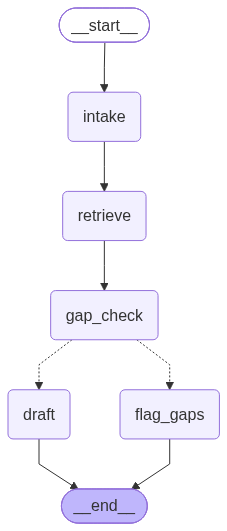
The Mermaid diagram spike/graph.png in delos001/candidacy, before a commit. Its source is kept beside it as spike/graph.mmd.
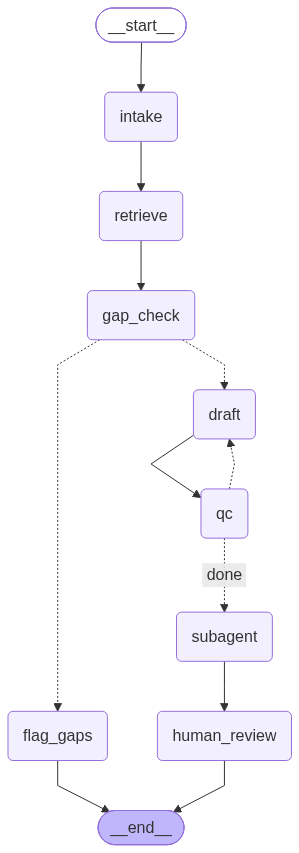
The same file after the commit.

Commit message:
worked through spike 'learning' exercise: created then updated graph.mmd and .png.  updated spike.py with loop, agent and human gate functionality

Diff of the diagram source:
```diff
@@ -10,14 +10,21 @@
 	gap_check(gap_check)
 	draft(draft)
 	flag_gaps(flag_gaps)
+	qc(qc)
+	subagent(subagent)
+	human_review(human_review)
 	__end__([<p>__end__</p>]):::last
 	__start__ --> intake;
+	draft --> qc;
 	gap_check -.-> draft;
 	gap_check -.-> flag_gaps;
 	intake --> retrieve;
+	qc -.-> draft;
+	qc -. &nbsp;done&nbsp; .-> subagent;
 	retrieve --> gap_check;
-	draft --> __end__;
+	subagent --> human_review;
 	flag_gaps --> __end__;
+	human_review --> __end__;
 	classDef default fill:#f2f0ff,line-height:1.2
 	classDef first fill-opacity:0
 	classDef last fill:#bfb6fc
```
